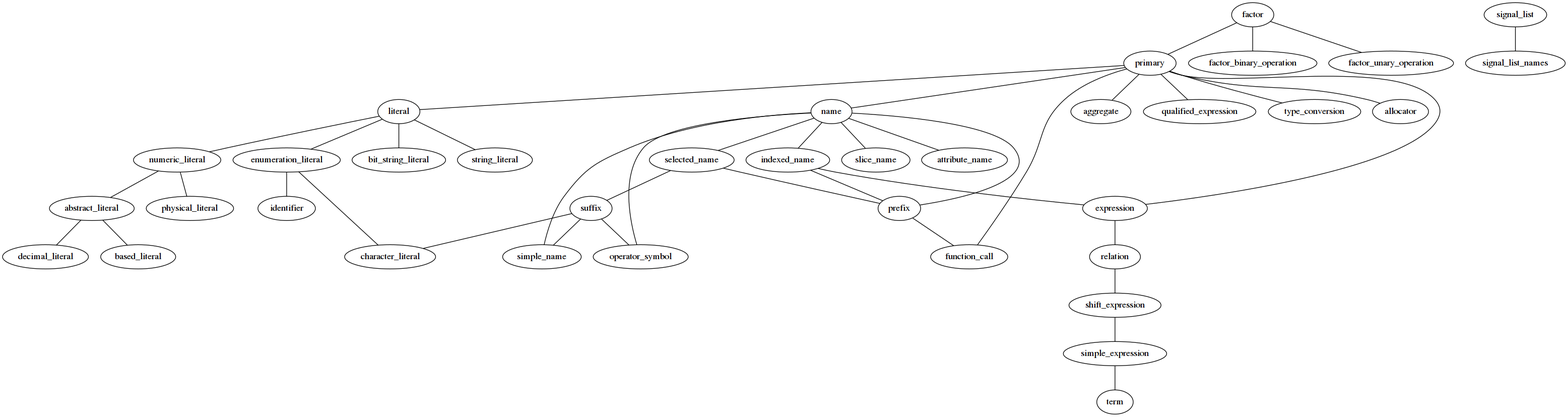
Above: sources/vhdl93/doc/vhdl93_ast.png in ibis-hdl/compiler (Graphviz), before the change. Its source is kept beside it as sources/vhdl93/doc/vhdl93_ast.dot.
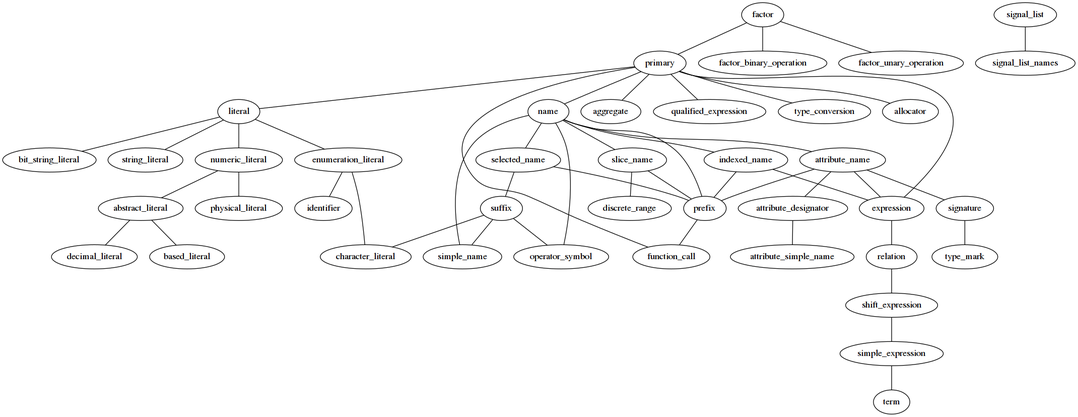
Above is the later version.

Commit message:
strong type for literal, reordered includes

Change to the diagram source:
```diff
@@ -53,4 +53,16 @@
     relation -- shift_expression;
     shift_expression -- simple_expression;
     simple_expression -- term;
+
+    slice_name -- prefix;
+    slice_name -- discrete_range;
+
+    attribute_name -- prefix;
+    attribute_name -- signature;
+    attribute_name -- attribute_designator;
+    attribute_name -- expression;
+
+    signature -- type_mark;
+
+    attribute_designator -- attribute_simple_name;
 }
```
